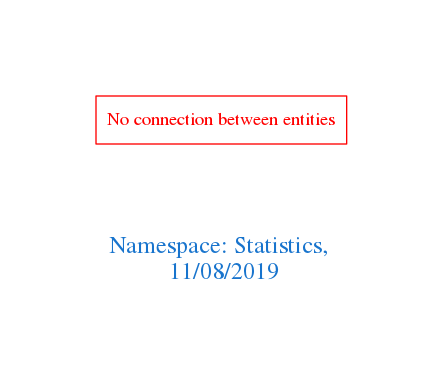
The Graphviz diagram downloads/Statistics.png in arago/OGIT, before a commit. Its source is kept beside it as downloads/Statistics.dot.
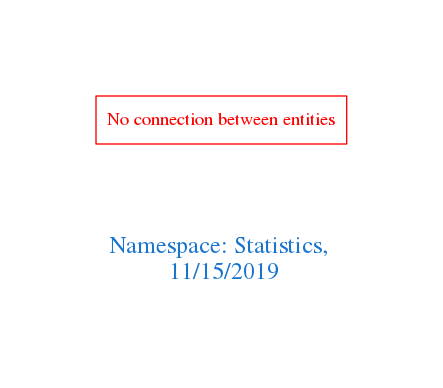
After the commit.

What changed in the source:
```diff
@@ -1,7 +1,7 @@
 digraph OGIT_ontology {
  graph [ rankdir= LR,pad=1
 fontsize = 18,
-fontcolor= dodgerblue3,label = "\n\n\nNamespace: Statistics, \n 11/08/2019"];
+fontcolor= dodgerblue3,label = "\n\n\nNamespace: Statistics, \n 11/15/2019"];
 node[shape=polygon];
 edge [  color="gray81"];
 
```
